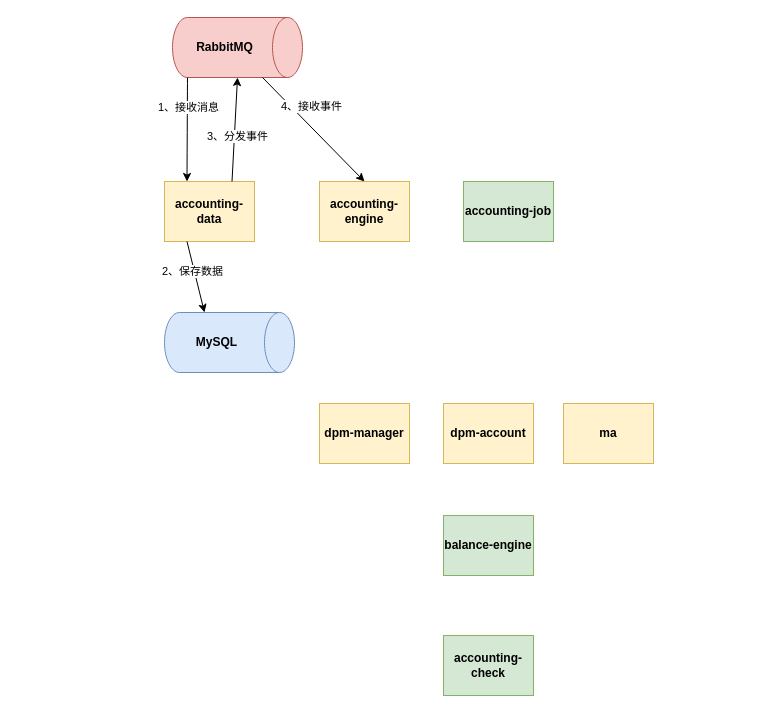
The draw.io diagram gat.drawio in zzfox/pinpoint-issue, before the edit. Source tidied: cells renumbered, new cells numbered last; positions are measured from the earlier drawing's top-left corner, leaving out a move shared by most shapes. Both pictures are drawn from the tidied source at 100%, with x=0, y=0 at pixel (164, 17).
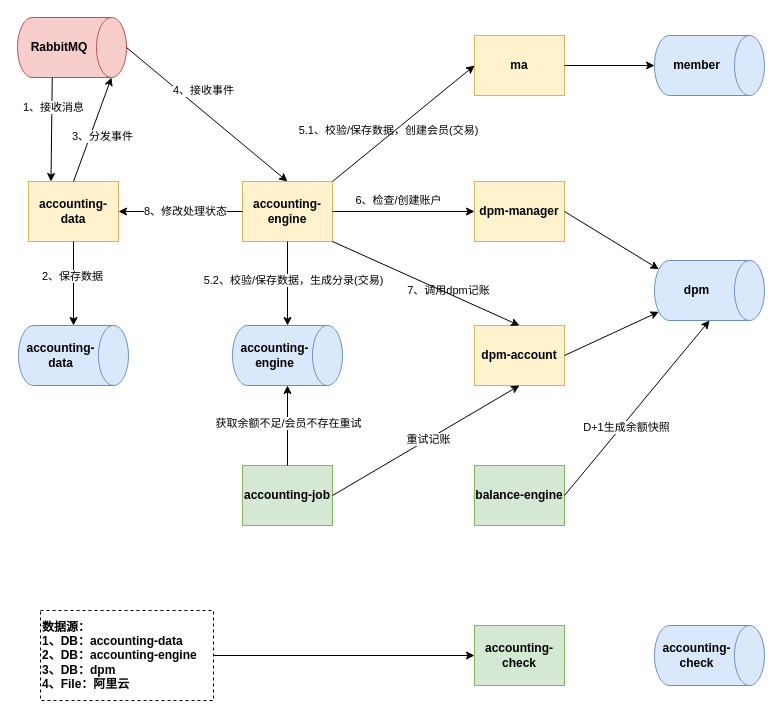
The same page after the edit.

Diff of the diagram source:
```diff
@@
     <mxCell id="2" value="accounting-data" style="whiteSpace=wrap;align=center;verticalAlign=middle;fontStyle=1;strokeWidth=1;fillColor=#fff2cc;rounded=0;glass=0;shadow=0;fontFamily=Helvetica;labelBackgroundColor=none;labelBorderColor=none;strokeColor=#d6b656;" parent="1" vertex="1">
-      <mxGeometry y="164" width="90" height="60" as="geometry" />
+      <mxGeometry x="-136" y="164" width="90" height="60" as="geometry" />
     </mxCell>
     <mxCell id="3" value="accounting-engine" style="whiteSpace=wrap;align=center;verticalAlign=middle;fontStyle=1;strokeWidth=1;fillColor=#fff2cc;rounded=0;glass=0;shadow=0;fontFamily=Helvetica;labelBackgroundColor=none;labelBorderColor=none;strokeColor=#d6b656;" parent="1" vertex="1">
-      <mxGeometry x="155" y="164" width="90" height="60" as="geometry" />
+      <mxGeometry x="78" y="164" width="90" height="60" as="geometry" />
     </mxCell>
     <mxCell id="4" value="dpm-manager" style="whiteSpace=wrap;align=center;verticalAlign=middle;fontStyle=1;strokeWidth=1;fillColor=#fff2cc;rounded=0;glass=0;shadow=0;fontFamily=Helvetica;labelBackgroundColor=none;labelBorderColor=none;strokeColor=#d6b656;" parent="1" vertex="1">
-      <mxGeometry x="155" y="386" width="90" height="60" as="geometry" />
+      <mxGeometry x="310" y="164" width="90" height="60" as="geometry" />
     </mxCell>
     <mxCell id="5" value="dpm-account" style="whiteSpace=wrap;align=center;verticalAlign=middle;fontStyle=1;strokeWidth=1;fillColor=#fff2cc;rounded=0;glass=0;shadow=0;fontFamily=Helvetica;labelBackgroundColor=none;labelBorderColor=none;strokeColor=#d6b656;" parent="1" vertex="1">
-      <mxGeometry x="279" y="386" width="90" height="60" as="geometry" />
+      <mxGeometry x="310" y="308" width="90" height="60" as="geometry" />
     </mxCell>
     <mxCell id="6" value="ma" style="whiteSpace=wrap;align=center;verticalAlign=middle;fontStyle=1;strokeWidth=1;fillColor=#fff2cc;rounded=0;glass=0;shadow=0;fontFamily=Helvetica;labelBackgroundColor=none;labelBorderColor=none;strokeColor=#d6b656;" parent="1" vertex="1">
-      <mxGeometry x="399" y="386" width="90" height="60" as="geometry" />
+      <mxGeometry x="310" y="18" width="90" height="60" as="geometry" />
     </mxCell>
     <mxCell id="7" value="accounting-check" style="whiteSpace=wrap;align=center;verticalAlign=middle;fontStyle=1;strokeWidth=1;fillColor=#d5e8d4;rounded=0;strokeColor=#82b366;glass=0;shadow=0;fontFamily=Helvetica;labelBackgroundColor=none;labelBorderColor=none;" parent="1" vertex="1">
-      <mxGeometry x="279" y="618" width="90" height="60" as="geometry" />
+      <mxGeometry x="310" y="608" width="90" height="60" as="geometry" />
     </mxCell>
     <mxCell id="8" value="balance-engine" style="whiteSpace=wrap;align=center;verticalAlign=middle;fontStyle=1;strokeWidth=1;fillColor=#d5e8d4;rounded=0;strokeColor=#82b366;glass=0;shadow=0;fontFamily=Helvetica;labelBackgroundColor=none;labelBorderColor=none;" parent="1" vertex="1">
-      <mxGeometry x="279" y="498" width="90" height="60" as="geometry" />
+      <mxGeometry x="310" y="448" width="90" height="60" as="geometry" />
     </mxCell>
     <mxCell id="9" value="accounting-job" style="whiteSpace=wrap;align=center;verticalAlign=middle;fontStyle=1;strokeWidth=1;fillColor=#d5e8d4;rounded=0;strokeColor=#82b366;glass=0;shadow=0;fontFamily=Helvetica;labelBackgroundColor=none;labelBorderColor=none;" parent="1" vertex="1">
-      <mxGeometry x="299" y="164" width="90" height="60" as="geometry" />
+      <mxGeometry x="78" y="448" width="90" height="60" as="geometry" />
     </mxCell>
     <mxCell id="10" value="&lt;b&gt;RabbitMQ&lt;/b&gt;" style="shape=cylinder3;whiteSpace=wrap;html=1;boundedLbl=1;backgroundOutline=1;size=15;direction=north;flipH=1;fillColor=#f8cecc;strokeColor=#b85450;" parent="1" vertex="1">
-      <mxGeometry x="8" width="130" height="60" as="geometry" />
+      <mxGeometry x="-147" width="109" height="60" as="geometry" />
     </mxCell>
-    <mxCell id="11" value="&lt;b&gt;MySQL&lt;/b&gt;" style="shape=cylinder3;whiteSpace=wrap;html=1;boundedLbl=1;backgroundOutline=1;size=15;direction=north;flipH=1;fillColor=#dae8fc;strokeColor=#6c8ebf;" parent="1" vertex="1">
-      <mxGeometry y="295" width="130" height="60" as="geometry" />
+    <mxCell id="11" value="&lt;b&gt;accounting-data&lt;/b&gt;" style="shape=cylinder3;whiteSpace=wrap;html=1;boundedLbl=1;backgroundOutline=1;size=15;direction=north;flipH=1;fillColor=#dae8fc;strokeColor=#6c8ebf;" parent="1" vertex="1">
+      <mxGeometry x="-146" y="308" width="110" height="60" as="geometry" />
     </mxCell>
-    <mxCell id="12" style="endArrow=classic;html=1;entryX=0.25;entryY=0;entryDx=0;entryDy=0;exitX=0;exitY=1;exitDx=0;exitDy=-15;exitPerimeter=0;curved=1;" parent="1" edge="1" source="10" target="2">
+    <mxCell id="12" style="endArrow=classic;html=1;exitX=0;exitY=0;exitDx=0;exitDy=74.25;exitPerimeter=0;curved=1;entryX=0.25;entryY=0;entryDx=0;entryDy=0;" parent="1" edge="1" source="10" target="2">
       <mxGeometry relative="1" as="geometry" />
     </mxCell>
@@
-    <mxCell id="14" style="endArrow=classic;html=1;entryX=1;entryY=0;entryDx=0;entryDy=90;exitX=0.25;exitY=1;exitDx=0;exitDy=0;entryPerimeter=0;rounded=0;" parent="1" edge="1" source="2" target="11">
+    <mxCell id="14" style="endArrow=classic;html=1;entryX=1;entryY=0.5;entryDx=0;entryDy=0;exitX=0.5;exitY=1;exitDx=0;exitDy=0;entryPerimeter=0;rounded=0;" parent="1" edge="1" source="2" target="11">
       <mxGeometry relative="1" as="geometry" />
     </mxCell>
@@
-    <mxCell id="16" style="endArrow=classic;html=1;rounded=0;entryX=0;entryY=0.5;entryDx=0;entryDy=0;entryPerimeter=0;exitX=0.75;exitY=0;exitDx=0;exitDy=0;" parent="1" edge="1" source="2" target="10">
+    <mxCell id="16" style="endArrow=classic;html=1;rounded=0;entryX=0;entryY=0;entryDx=0;entryDy=15;entryPerimeter=0;exitX=0.5;exitY=0;exitDx=0;exitDy=0;" parent="1" edge="1" source="2" target="10">
       <mxGeometry relative="1" as="geometry" />
     </mxCell>
     <mxCell id="17" value="3、分发事件" style="edgeLabel;html=1;align=center;verticalAlign=middle;" parent="16" vertex="1">
       <mxGeometry x="0.1" y="-2" relative="1" as="geometry">
-        <mxPoint y="11" as="offset" />
+        <mxPoint x="6" y="11" as="offset" />
       </mxGeometry>
     </mxCell>
-    <mxCell id="18" style="endArrow=classic;html=1;rounded=0;exitX=0;exitY=0;exitDx=0;exitDy=40;exitPerimeter=0;entryX=0.5;entryY=0;entryDx=0;entryDy=0;" parent="1" edge="1" source="10" target="3">
+    <mxCell id="18" style="endArrow=classic;html=1;rounded=0;exitX=0.5;exitY=0;exitDx=0;exitDy=0;exitPerimeter=0;entryX=0.5;entryY=0;entryDx=0;entryDy=0;" parent="1" edge="1" source="10" target="3">
       <mxGeometry relative="1" as="geometry" />
     </mxCell>
@@
+    <mxCell id="20" value="&lt;b&gt;accounting-engine&lt;/b&gt;" style="shape=cylinder3;whiteSpace=wrap;html=1;boundedLbl=1;backgroundOutline=1;size=15;direction=north;flipH=1;fillColor=#dae8fc;strokeColor=#6c8ebf;" parent="1" vertex="1">
+      <mxGeometry x="68" y="308" width="110" height="60" as="geometry" />
+    </mxCell>
+    <mxCell id="21" style="endArrow=classic;html=1;rounded=0;exitX=0.5;exitY=1;exitDx=0;exitDy=0;entryX=1;entryY=0.5;entryDx=0;entryDy=0;entryPerimeter=0;" parent="1" edge="1" source="3" target="20">
+      <mxGeometry relative="1" as="geometry" />
+    </mxCell>
+    <mxCell id="22" value="5.2、校验/保存数据，生成分录(交易)" style="edgeLabel;html=1;align=center;verticalAlign=middle;" parent="21" vertex="1">
+      <mxGeometry x="-0.28" y="-4" relative="1" as="geometry">
+        <mxPoint x="9" y="8" as="offset" />
+      </mxGeometry>
+    </mxCell>
+    <mxCell id="23" value="6、检查/创建账户" style="edgeLabel;html=1;align=center;verticalAlign=middle;" parent="21" vertex="1">
+      <mxGeometry x="-0.28" y="-4" relative="1" as="geometry">
+        <mxPoint x="114" y="-72" as="offset" />
+      </mxGeometry>
+    </mxCell>
+    <mxCell id="24" value="5.1、校验/保存数据，创建会员(交易)" style="edgeLabel;html=1;align=center;verticalAlign=middle;" parent="21" vertex="1">
+      <mxGeometry x="-0.28" y="-4" relative="1" as="geometry">
+        <mxPoint x="104" y="-142" as="offset" />
+      </mxGeometry>
+    </mxCell>
+    <mxCell id="25" value="7、调用dpm记账" style="edgeLabel;html=1;align=center;verticalAlign=middle;" parent="21" vertex="1">
+      <mxGeometry x="-0.28" y="-4" relative="1" as="geometry">
+        <mxPoint x="164" y="18" as="offset" />
+      </mxGeometry>
+    </mxCell>
+    <mxCell id="26" style="endArrow=classic;html=1;rounded=0;exitX=1;exitY=0.5;exitDx=0;exitDy=0;entryX=0;entryY=0.5;entryDx=0;entryDy=0;" parent="1" edge="1" source="3" target="4">
+      <mxGeometry relative="1" as="geometry" />
+    </mxCell>
+    <mxCell id="27" value="&lt;b&gt;member&lt;/b&gt;" style="shape=cylinder3;whiteSpace=wrap;html=1;boundedLbl=1;backgroundOutline=1;size=15;direction=north;flipH=1;fillColor=#dae8fc;strokeColor=#6c8ebf;" parent="1" vertex="1">
+      <mxGeometry x="490" y="18" width="110" height="60" as="geometry" />
+    </mxCell>
+    <mxCell id="28" value="&lt;b&gt;dpm&lt;/b&gt;" style="shape=cylinder3;whiteSpace=wrap;html=1;boundedLbl=1;backgroundOutline=1;size=15;direction=north;flipH=1;fillColor=#dae8fc;strokeColor=#6c8ebf;" parent="1" vertex="1">
+      <mxGeometry x="490" y="243" width="110" height="60" as="geometry" />
+    </mxCell>
+    <mxCell id="29" style="endArrow=classic;html=1;rounded=0;exitX=1;exitY=0;exitDx=0;exitDy=0;entryX=0;entryY=0.5;entryDx=0;entryDy=0;" parent="1" edge="1" source="3" target="6">
+      <mxGeometry relative="1" as="geometry" />
+    </mxCell>
+    <mxCell id="30" style="endArrow=classic;html=1;rounded=0;exitX=1;exitY=1;exitDx=0;exitDy=0;entryX=0.5;entryY=0;entryDx=0;entryDy=0;" parent="1" edge="1" source="3" target="5">
+      <mxGeometry relative="1" as="geometry" />
+    </mxCell>
+    <mxCell id="31" style="endArrow=classic;html=1;rounded=0;entryX=0.5;entryY=1;entryDx=0;entryDy=0;entryPerimeter=0;exitX=1;exitY=0.5;exitDx=0;exitDy=0;" parent="1" edge="1" source="6" target="27">
+      <mxGeometry relative="1" as="geometry" />
+    </mxCell>
+    <mxCell id="32" style="endArrow=classic;html=1;rounded=0;exitX=1;exitY=0.5;exitDx=0;exitDy=0;entryX=0.855;entryY=1;entryDx=0;entryDy=-4.35;entryPerimeter=0;" parent="1" edge="1" source="4" target="28">
+      <mxGeometry relative="1" as="geometry" />
+    </mxCell>
+    <mxCell id="33" style="endArrow=classic;html=1;rounded=0;exitX=1;exitY=0.5;exitDx=0;exitDy=0;entryX=0.145;entryY=1;entryDx=0;entryDy=-4.35;entryPerimeter=0;" parent="1" edge="1" source="5" target="28">
+      <mxGeometry relative="1" as="geometry" />
+    </mxCell>
+    <mxCell id="34" value="&lt;b&gt;accounting-check&lt;/b&gt;" style="shape=cylinder3;whiteSpace=wrap;html=1;boundedLbl=1;backgroundOutline=1;size=15;direction=north;flipH=1;fillColor=#dae8fc;strokeColor=#6c8ebf;" parent="1" vertex="1">
+      <mxGeometry x="490" y="608" width="110" height="60" as="geometry" />
+    </mxCell>
+    <mxCell id="35" style="endArrow=classic;html=1;rounded=0;entryX=1;entryY=0.5;entryDx=0;entryDy=0;exitX=0;exitY=0.5;exitDx=0;exitDy=0;" parent="1" edge="1" source="3" target="2">
+      <mxGeometry relative="1" as="geometry" />
+    </mxCell>
+    <mxCell id="36" value="8、修改处理状态" style="edgeLabel;html=1;align=center;verticalAlign=middle;" parent="35" vertex="1">
+      <mxGeometry x="-0.26" y="-1" relative="1" as="geometry">
+        <mxPoint x="-12" as="offset" />
+      </mxGeometry>
+    </mxCell>
+    <mxCell id="37" style="endArrow=classic;html=1;rounded=0;exitX=0.5;exitY=0;exitDx=0;exitDy=0;entryX=0;entryY=0.5;entryDx=0;entryDy=0;entryPerimeter=0;" parent="1" edge="1" source="9" target="20">
+      <mxGeometry relative="1" as="geometry" />
+    </mxCell>
+    <mxCell id="38" value="获取余额不足/会员不存在重试" style="edgeLabel;html=1;align=center;verticalAlign=middle;" parent="37" vertex="1">
+      <mxGeometry x="0.07" relative="1" as="geometry" />
+    </mxCell>
+    <mxCell id="39" style="endArrow=classic;html=1;rounded=0;exitX=1;exitY=0.5;exitDx=0;exitDy=0;entryX=0.5;entryY=1;entryDx=0;entryDy=0;" parent="1" edge="1" source="9" target="5">
+      <mxGeometry relative="1" as="geometry" />
+    </mxCell>
+    <mxCell id="40" value="重试记账" style="edgeLabel;html=1;align=center;verticalAlign=middle;" parent="39" vertex="1">
+      <mxGeometry x="0.02" relative="1" as="geometry" />
+    </mxCell>
+    <mxCell id="41" style="endArrow=classic;html=1;rounded=0;exitX=1;exitY=0.5;exitDx=0;exitDy=0;entryX=0;entryY=0.5;entryDx=0;entryDy=0;entryPerimeter=0;" parent="1" edge="1" source="8" target="28">
+      <mxGeometry relative="1" as="geometry" />
+    </mxCell>
+    <mxCell id="42" value="D+1生成余额快照" style="edgeLabel;html=1;align=center;verticalAlign=middle;" parent="41" vertex="1">
+      <mxGeometry x="-0.19" y="-4" relative="1" as="geometry" />
+    </mxCell>
+    <mxCell id="43" value="数据源：&#10;1、DB：accounting-data&#10;2、DB：accounting-engine&#10;3、DB：dpm&#10;4、File：阿里云" style="whiteSpace=wrap;align=left;verticalAlign=middle;fontStyle=1;strokeWidth=1;rounded=0;glass=0;shadow=0;fontFamily=Helvetica;labelBackgroundColor=none;labelBorderColor=none;dashed=1;" parent="1" vertex="1">
+      <mxGeometry x="-124" y="593" width="173" height="90" as="geometry" />
+    </mxCell>
+    <mxCell id="44" style="endArrow=classic;html=1;rounded=0;exitX=1;exitY=0.5;exitDx=0;exitDy=0;entryX=0;entryY=0.5;entryDx=0;entryDy=0;" parent="1" edge="1" source="43" target="7">
+      <mxGeometry relative="1" as="geometry" />
+    </mxCell>
```
